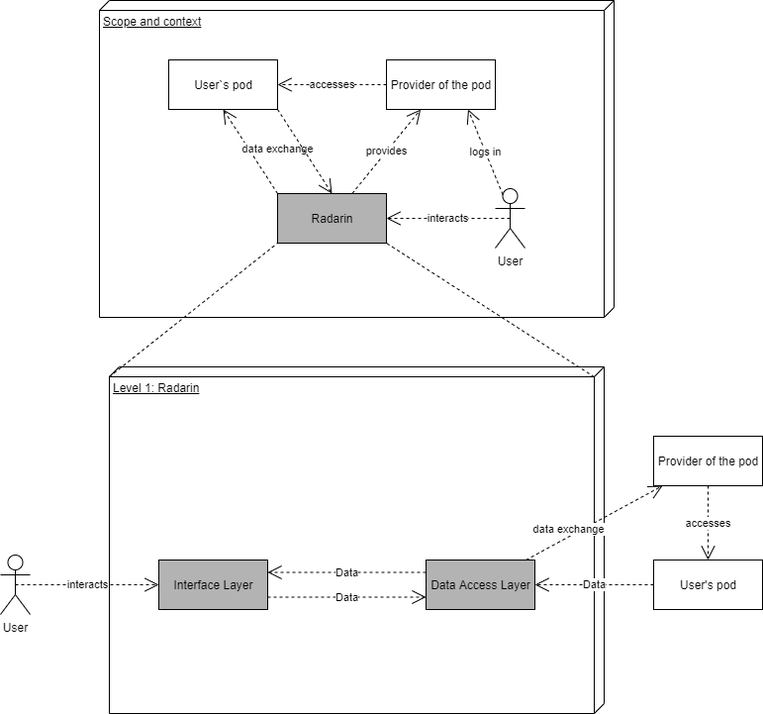
This is webapp/docs/images/documentation_5_2.png from Arquisoft/radarin_en2b, a draw.io export, as it was before one commit. Source tidied: cells renumbered, new cells last; positions are measured from the earlier drawing's top-left corner, leaving out a move shared by most shapes. The source it was exported from:
```xml
<mxGraphModel>
  <root>
    <mxCell id="0" />
    <mxCell id="1" parent="0" />
    <mxCell id="2" value="Level 1: Radarin" style="verticalAlign=top;align=left;spacingTop=8;spacingLeft=2;spacingRight=12;shape=cube;size=10;direction=south;fontStyle=4;html=1;" parent="1" vertex="1">
      <mxGeometry x="110" y="370" width="500" height="350" as="geometry" />
    </mxCell>
    <mxCell id="3" value="Scope and context" style="verticalAlign=top;align=left;spacingTop=8;spacingLeft=2;spacingRight=12;shape=cube;size=10;direction=south;fontStyle=4;html=1;" parent="1" vertex="1">
      <mxGeometry x="100" width="520" height="320" as="geometry" />
    </mxCell>
    <mxCell id="4" value="User" style="shape=umlActor;verticalLabelPosition=bottom;verticalAlign=top;html=1;" parent="1" vertex="1">
      <mxGeometry x="500" y="190" width="30" height="60" as="geometry" />
    </mxCell>
    <mxCell id="5" value="Radarin" style="html=1;fillColor=#B3B3B3;" parent="1" vertex="1">
      <mxGeometry x="280" y="195" width="110" height="50" as="geometry" />
    </mxCell>
    <mxCell id="6" value="User`s pod" style="html=1;" parent="1" vertex="1">
      <mxGeometry x="170" y="60" width="110" height="50" as="geometry" />
    </mxCell>
    <mxCell id="7" value="Provider of the pod" style="html=1;" parent="1" vertex="1">
      <mxGeometry x="390" y="60" width="110" height="50" as="geometry" />
    </mxCell>
    <mxCell id="8" value="accesses" style="endArrow=open;endSize=12;dashed=1;html=1;" parent="1" edge="1" source="7" target="6">
      <mxGeometry relative="1" as="geometry" />
    </mxCell>
    <mxCell id="9" value="provides" style="endArrow=open;endSize=12;dashed=1;html=1;" parent="1" edge="1" source="5" target="7">
      <mxGeometry relative="1" as="geometry" />
    </mxCell>
    <mxCell id="10" value="data exchange" style="endArrow=open;endSize=12;dashed=1;html=1;entryX=0.5;entryY=1;entryDx=0;entryDy=0;exitX=0;exitY=0;exitDx=0;exitDy=0;" parent="1" edge="1" source="5" target="6">
      <mxGeometry x="-0.25" y="-24" relative="1" as="geometry" />
    </mxCell>
    <mxCell id="11" style="endArrow=open;endSize=12;dashed=1;html=1;exitX=1;exitY=1;exitDx=0;exitDy=0;entryX=0.5;entryY=0;entryDx=0;entryDy=0;" parent="1" edge="1" source="6" target="5">
      <mxGeometry x="0.32" y="-7" relative="1" as="geometry">
        <mxPoint x="-1" as="offset" />
      </mxGeometry>
    </mxCell>
    <mxCell id="12" value="Interface Layer" style="html=1;fillColor=#B3B3B3;" parent="1" vertex="1">
      <mxGeometry x="160" y="565" width="110" height="50" as="geometry" />
    </mxCell>
    <mxCell id="13" value="Data Access Layer" style="html=1;fillColor=#B3B3B3;" parent="1" vertex="1">
      <mxGeometry x="430" y="565" width="110" height="50" as="geometry" />
    </mxCell>
    <mxCell id="14" value="User" style="shape=umlActor;verticalLabelPosition=bottom;verticalAlign=top;html=1;" parent="1" vertex="1">
      <mxGeometry y="560" width="30" height="60" as="geometry" />
    </mxCell>
    <mxCell id="15" value="Provider of the pod" style="html=1;" parent="1" vertex="1">
      <mxGeometry x="660" y="440" width="110" height="50" as="geometry" />
    </mxCell>
    <mxCell id="16" value="User's pod" style="html=1;" parent="1" vertex="1">
      <mxGeometry x="660" y="565" width="110" height="50" as="geometry" />
    </mxCell>
    <mxCell id="17" value="data exchange" style="endArrow=open;endSize=12;dashed=1;html=1;" parent="1" edge="1" source="13" target="15">
      <mxGeometry x="-0.32" y="7" relative="1" as="geometry" />
    </mxCell>
    <mxCell id="18" value="accesses" style="endArrow=open;endSize=12;dashed=1;html=1;" parent="1" edge="1" source="15" target="16">
      <mxGeometry relative="1" as="geometry" />
    </mxCell>
    <mxCell id="19" value="interacts" style="endArrow=open;endSize=12;dashed=1;html=1;exitX=0.5;exitY=0.5;exitDx=0;exitDy=0;exitPerimeter=0;entryX=1;entryY=0.5;entryDx=0;entryDy=0;" parent="1" edge="1" source="4" target="5">
      <mxGeometry relative="1" as="geometry" />
    </mxCell>
    <mxCell id="20" value="logs in" style="endArrow=open;endSize=12;dashed=1;html=1;entryX=0.75;entryY=1;entryDx=0;entryDy=0;exitX=0.25;exitY=0.1;exitDx=0;exitDy=0;exitPerimeter=0;" parent="1" edge="1" source="4" target="7">
      <mxGeometry relative="1" as="geometry" />
    </mxCell>
    <mxCell id="21" value="Data" style="endArrow=open;endSize=12;dashed=1;html=1;entryX=1;entryY=0.5;entryDx=0;entryDy=0;exitX=0;exitY=0.5;exitDx=0;exitDy=0;" parent="1" edge="1" source="16" target="13">
      <mxGeometry relative="1" as="geometry" />
    </mxCell>
    <mxCell id="22" value="Data" style="endArrow=open;endSize=12;dashed=1;html=1;entryX=1;entryY=0.25;entryDx=0;entryDy=0;exitX=0;exitY=0.25;exitDx=0;exitDy=0;" parent="1" edge="1" source="13" target="12">
      <mxGeometry relative="1" as="geometry" />
    </mxCell>
    <mxCell id="23" value="Data" style="endArrow=open;endSize=12;dashed=1;html=1;exitX=1;exitY=0.75;exitDx=0;exitDy=0;entryX=0;entryY=0.75;entryDx=0;entryDy=0;" parent="1" edge="1" source="12" target="13">
      <mxGeometry relative="1" as="geometry" />
    </mxCell>
    <mxCell id="24" value="interacts" style="endArrow=open;endSize=12;dashed=1;html=1;entryX=0;entryY=0.5;entryDx=0;entryDy=0;exitX=0.5;exitY=0.5;exitDx=0;exitDy=0;exitPerimeter=0;" parent="1" edge="1" source="14" target="12">
      <mxGeometry relative="1" as="geometry" />
    </mxCell>
    <mxCell id="25" style="endArrow=none;dashed=1;html=1;exitX=0;exitY=0;exitDx=10;exitDy=500;exitPerimeter=0;entryX=0;entryY=1;entryDx=0;entryDy=0;" parent="1" edge="1" source="2" target="5">
      <mxGeometry relative="1" as="geometry" />
    </mxCell>
    <mxCell id="26" style="endArrow=none;dashed=1;html=1;exitX=0.029;exitY=0.02;exitDx=0;exitDy=0;exitPerimeter=0;entryX=1;entryY=1;entryDx=0;entryDy=0;" parent="1" edge="1" source="2" target="5">
      <mxGeometry relative="1" as="geometry" />
    </mxCell>
  </root>
</mxGraphModel>
```
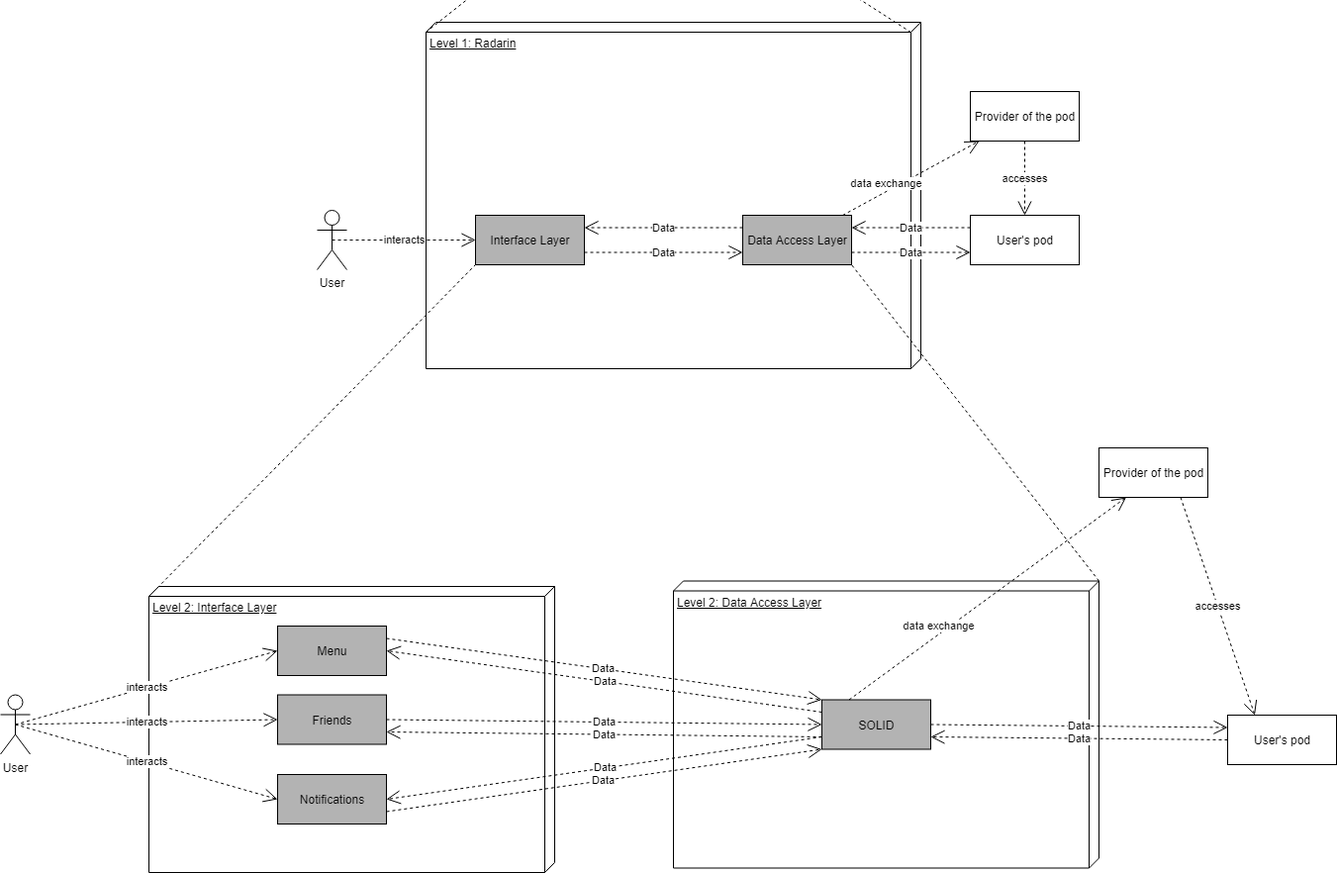
The same diagram one commit later.

Commit message:
Point 5 errors fixed

The edit, as a diff of the source:
```diff
@@ -61,7 +61,7 @@
     <mxCell id="20" value="logs in" style="endArrow=open;endSize=12;dashed=1;html=1;entryX=0.75;entryY=1;entryDx=0;entryDy=0;exitX=0.25;exitY=0.1;exitDx=0;exitDy=0;exitPerimeter=0;" parent="1" edge="1" source="4" target="7">
       <mxGeometry relative="1" as="geometry" />
     </mxCell>
-    <mxCell id="21" value="Data" style="endArrow=open;endSize=12;dashed=1;html=1;entryX=1;entryY=0.5;entryDx=0;entryDy=0;exitX=0;exitY=0.5;exitDx=0;exitDy=0;" parent="1" edge="1" source="16" target="13">
+    <mxCell id="21" value="Data" style="endArrow=open;endSize=12;dashed=1;html=1;entryX=1;entryY=0.25;entryDx=0;entryDy=0;exitX=0;exitY=0.25;exitDx=0;exitDy=0;" parent="1" edge="1" source="16" target="13">
       <mxGeometry relative="1" as="geometry" />
     </mxCell>
     <mxCell id="22" value="Data" style="endArrow=open;endSize=12;dashed=1;html=1;entryX=1;entryY=0.25;entryDx=0;entryDy=0;exitX=0;exitY=0.25;exitDx=0;exitDy=0;" parent="1" edge="1" source="13" target="12">
@@ -79,5 +79,80 @@
     <mxCell id="26" style="endArrow=none;dashed=1;html=1;exitX=0.029;exitY=0.02;exitDx=0;exitDy=0;exitPerimeter=0;entryX=1;entryY=1;entryDx=0;entryDy=0;" parent="1" edge="1" source="2" target="5">
       <mxGeometry relative="1" as="geometry" />
     </mxCell>
+    <mxCell id="27" value="Level 2: Interface Layer" style="verticalAlign=top;align=left;spacingTop=8;spacingLeft=2;spacingRight=12;shape=cube;size=10;direction=south;fontStyle=4;html=1;" parent="1" vertex="1">
+      <mxGeometry x="-170" y="940" width="410" height="289" as="geometry" />
+    </mxCell>
+    <mxCell id="28" value="Level 2: Data Access Layer" style="verticalAlign=top;align=left;spacingTop=8;spacingLeft=2;spacingRight=12;shape=cube;size=10;direction=south;fontStyle=4;html=1;" parent="1" vertex="1">
+      <mxGeometry x="360" y="934.5" width="430" height="290" as="geometry" />
+    </mxCell>
+    <mxCell id="29" value="User" style="shape=umlActor;verticalLabelPosition=bottom;verticalAlign=top;html=1;" parent="1" vertex="1">
+      <mxGeometry x="-320" y="1049.5" width="30" height="60" as="geometry" />
+    </mxCell>
+    <mxCell id="30" value="Menu" style="html=1;fillColor=#B3B3B3;" parent="1" vertex="1">
+      <mxGeometry x="-40" y="980" width="110" height="50" as="geometry" />
+    </mxCell>
+    <mxCell id="31" value="interacts" style="endArrow=open;endSize=12;dashed=1;html=1;entryX=0;entryY=0.5;entryDx=0;entryDy=0;exitX=0.5;exitY=0.5;exitDx=0;exitDy=0;exitPerimeter=0;" parent="1" edge="1" source="29" target="30">
+      <mxGeometry relative="1" as="geometry" />
+    </mxCell>
+    <mxCell id="32" value="SOLID" style="html=1;fillColor=#B3B3B3;" parent="1" vertex="1">
+      <mxGeometry x="510" y="1054.5" width="110" height="50" as="geometry" />
+    </mxCell>
+    <mxCell id="33" value="Data" style="endArrow=open;endSize=12;dashed=1;html=1;entryX=0;entryY=0;entryDx=0;entryDy=0;exitX=1;exitY=0.25;exitDx=0;exitDy=0;" parent="1" edge="1" source="30" target="32">
+      <mxGeometry relative="1" as="geometry" />
+    </mxCell>
+    <mxCell id="34" value="Data" style="endArrow=open;endSize=12;dashed=1;html=1;entryX=1;entryY=0.5;entryDx=0;entryDy=0;exitX=0;exitY=0.25;exitDx=0;exitDy=0;" parent="1" edge="1" source="32" target="30">
+      <mxGeometry relative="1" as="geometry" />
+    </mxCell>
+    <mxCell id="35" value="Provider of the pod" style="html=1;" parent="1" vertex="1">
+      <mxGeometry x="790" y="800" width="110" height="50" as="geometry" />
+    </mxCell>
+    <mxCell id="36" value="data exchange" style="endArrow=open;endSize=12;dashed=1;html=1;exitX=0.25;exitY=0;exitDx=0;exitDy=0;entryX=0.25;entryY=1;entryDx=0;entryDy=0;" parent="1" edge="1" source="32" target="35">
+      <mxGeometry x="-0.32" y="7" relative="1" as="geometry" />
+    </mxCell>
+    <mxCell id="37" value="User's pod" style="html=1;" parent="1" vertex="1">
+      <mxGeometry x="920" y="1070" width="110" height="50" as="geometry" />
+    </mxCell>
+    <mxCell id="38" value="accesses" style="endArrow=open;endSize=12;dashed=1;html=1;exitX=0.75;exitY=1;exitDx=0;exitDy=0;entryX=0.25;entryY=0;entryDx=0;entryDy=0;" parent="1" edge="1" source="35" target="37">
+      <mxGeometry relative="1" as="geometry" />
+    </mxCell>
+    <mxCell id="39" value="Data" style="endArrow=open;endSize=12;dashed=1;html=1;entryX=1;entryY=0.75;entryDx=0;entryDy=0;exitX=0;exitY=0.5;exitDx=0;exitDy=0;" parent="1" edge="1" source="37" target="32">
+      <mxGeometry relative="1" as="geometry" />
+    </mxCell>
+    <mxCell id="40" value="Data" style="endArrow=open;endSize=12;dashed=1;html=1;entryX=0;entryY=0.75;entryDx=0;entryDy=0;exitX=1;exitY=0.75;exitDx=0;exitDy=0;" parent="1" edge="1" source="13" target="16">
+      <mxGeometry relative="1" as="geometry" />
+    </mxCell>
+    <mxCell id="41" value="Data" style="endArrow=open;endSize=12;dashed=1;html=1;entryX=0;entryY=0.25;entryDx=0;entryDy=0;exitX=1;exitY=0.5;exitDx=0;exitDy=0;" parent="1" edge="1" source="32" target="37">
+      <mxGeometry relative="1" as="geometry" />
+    </mxCell>
+    <mxCell id="42" style="endArrow=none;dashed=1;html=1;exitX=0;exitY=0;exitDx=10;exitDy=410;exitPerimeter=0;entryX=0;entryY=1;entryDx=0;entryDy=0;" parent="1" edge="1" source="27" target="12">
+      <mxGeometry relative="1" as="geometry" />
+    </mxCell>
+    <mxCell id="43" style="endArrow=none;dashed=1;html=1;exitX=0;exitY=0;exitDx=0;exitDy=0;exitPerimeter=0;entryX=1;entryY=1;entryDx=0;entryDy=0;" parent="1" edge="1" source="28" target="13">
+      <mxGeometry relative="1" as="geometry" />
+    </mxCell>
+    <mxCell id="44" value="Friends" style="html=1;fillColor=#B3B3B3;" parent="1" vertex="1">
+      <mxGeometry x="-40" y="1049.5" width="110" height="50" as="geometry" />
+    </mxCell>
+    <mxCell id="45" value="interacts" style="endArrow=open;endSize=12;dashed=1;html=1;entryX=0;entryY=0.5;entryDx=0;entryDy=0;exitX=0.5;exitY=0.5;exitDx=0;exitDy=0;exitPerimeter=0;" parent="1" edge="1" source="29" target="44">
+      <mxGeometry relative="1" as="geometry" />
+    </mxCell>
+    <mxCell id="46" value="Data" style="endArrow=open;endSize=12;dashed=1;html=1;entryX=1;entryY=0.75;entryDx=0;entryDy=0;exitX=0;exitY=0.75;exitDx=0;exitDy=0;" parent="1" edge="1" source="32" target="44">
+      <mxGeometry relative="1" as="geometry" />
+    </mxCell>
+    <mxCell id="47" value="Data" style="endArrow=open;endSize=12;dashed=1;html=1;entryX=0;entryY=0.5;entryDx=0;entryDy=0;exitX=1;exitY=0.5;exitDx=0;exitDy=0;" parent="1" edge="1" source="44" target="32">
+      <mxGeometry relative="1" as="geometry" />
+    </mxCell>
+    <mxCell id="48" value="Notifications" style="html=1;fillColor=#B3B3B3;" parent="1" vertex="1">
+      <mxGeometry x="-40" y="1130" width="110" height="50" as="geometry" />
+    </mxCell>
+    <mxCell id="49" value="interacts" style="endArrow=open;endSize=12;dashed=1;html=1;entryX=0;entryY=0.5;entryDx=0;entryDy=0;exitX=0.5;exitY=0.5;exitDx=0;exitDy=0;exitPerimeter=0;" parent="1" edge="1" source="29" target="48">
+      <mxGeometry relative="1" as="geometry" />
+    </mxCell>
+    <mxCell id="50" value="Data" style="endArrow=open;endSize=12;dashed=1;html=1;entryX=1;entryY=0.5;entryDx=0;entryDy=0;exitX=0;exitY=0.75;exitDx=0;exitDy=0;" parent="1" edge="1" source="32" target="48">
+      <mxGeometry relative="1" as="geometry" />
+    </mxCell>
+    <mxCell id="51" value="Data" style="endArrow=open;endSize=12;dashed=1;html=1;entryX=0;entryY=1;entryDx=0;entryDy=0;exitX=1;exitY=0.75;exitDx=0;exitDy=0;" parent="1" edge="1" source="48" target="32">
+      <mxGeometry relative="1" as="geometry" />
+    </mxCell>
   </root>
 </mxGraphModel>
```
